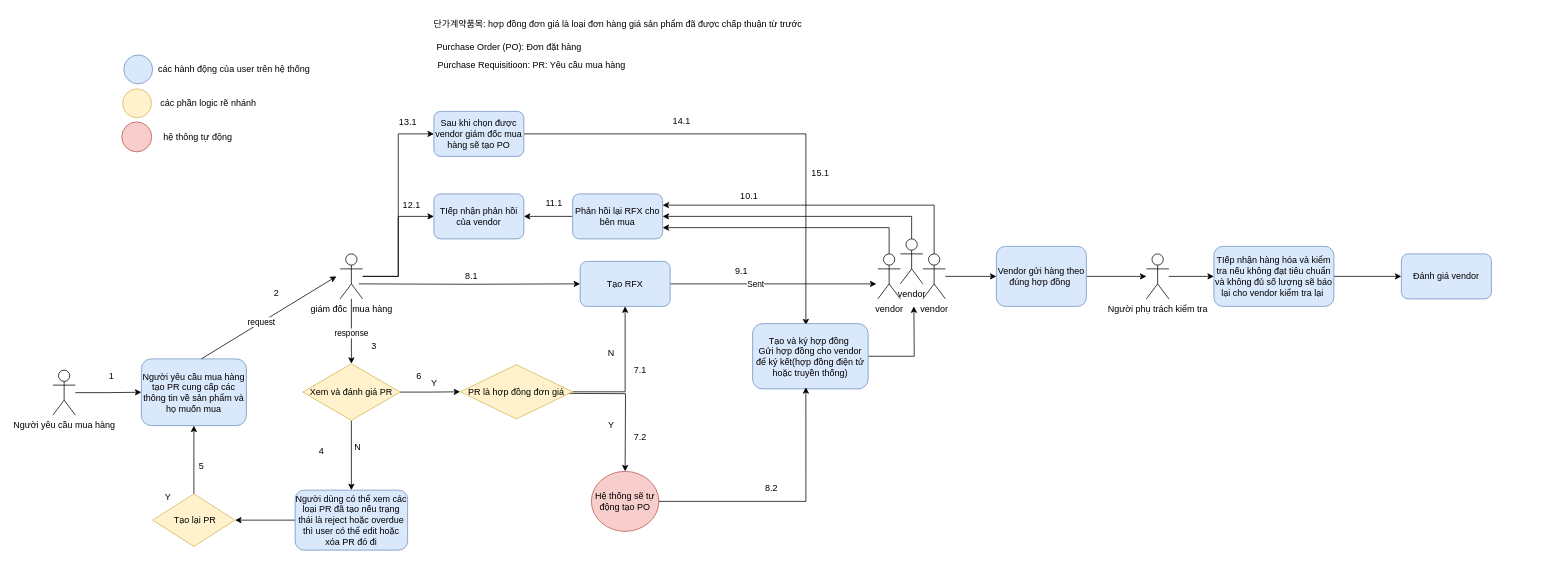
Before: Untitled Diagram.drawio in anhhe/hotel_manage, a draw.io diagram. Source tidied: cells renumbered, new cells numbered last; positions are measured from the earlier drawing's top-left corner, leaving out a move shared by most shapes. Both pictures are drawn from the tidied source at 75%, with x=0, y=0 at pixel (52, 13).
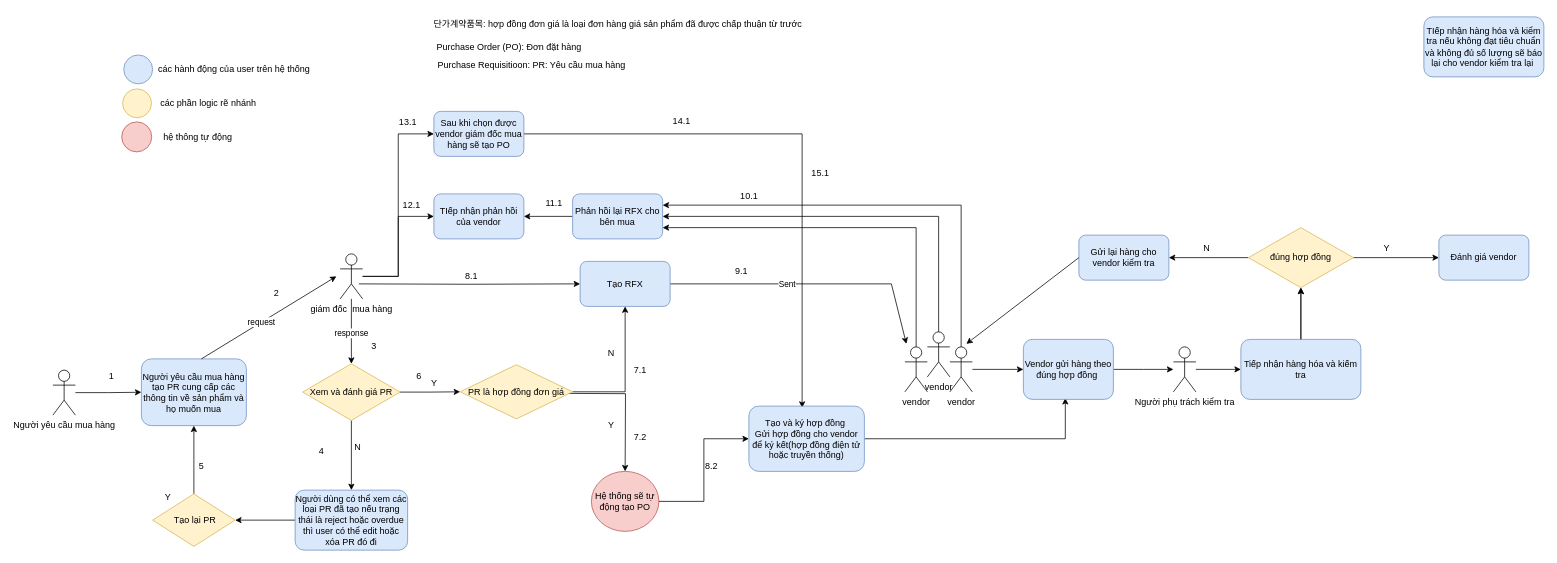
After the change.

The change refers to these unchanged cells:
```xml
<mxCell id="29" value="Hệ thống sẽ tự động tạo PO" style="ellipse;whiteSpace=wrap;html=1;fillColor=#f8cecc;strokeColor=#b85450;" parent="1" vertex="1">
  <mxGeometry x="718" y="611" width="90" height="80" as="geometry" />
</mxCell>
<mxCell id="34" value="Tạo RFX" style="rounded=1;whiteSpace=wrap;html=1;fillColor=#dae8fc;strokeColor=#6c8ebf;" parent="1" vertex="1">
  <mxGeometry x="703" y="331" width="120" height="60" as="geometry" />
</mxCell>
```

The edit, as a diff of the source:
```diff
@@
     <mxCell id="31" value="vendor" style="shape=umlActor;verticalLabelPosition=bottom;verticalAlign=top;html=1;outlineConnect=0;" parent="1" vertex="1">
-      <mxGeometry x="1100" y="321" width="30" height="60" as="geometry" />
+      <mxGeometry x="1136" y="445" width="30" height="60" as="geometry" />
     </mxCell>
     <mxCell id="32" style="endArrow=classic;html=1;rounded=0;exitX=1;exitY=0.5;exitDx=0;exitDy=0;" parent="1" edge="1" source="34">
       <mxGeometry relative="1" as="geometry">
-        <mxPoint x="1098" y="361" as="targetPoint" />
+        <mxPoint x="1138" y="441" as="targetPoint" />
+        <Array as="points">
+          <mxPoint x="1118" y="361" />
+        </Array>
       </mxGeometry>
     </mxCell>
@@
     <mxCell id="36" value="vendor" style="shape=umlActor;verticalLabelPosition=bottom;verticalAlign=top;html=1;outlineConnect=0;" parent="1" vertex="1">
-      <mxGeometry x="1130" y="301" width="30" height="60" as="geometry" />
+      <mxGeometry x="1166" y="425" width="30" height="60" as="geometry" />
     </mxCell>
@@
     <mxCell id="39" value="vendor" style="shape=umlActor;verticalLabelPosition=bottom;verticalAlign=top;html=1;outlineConnect=0;" parent="1" vertex="1">
-      <mxGeometry x="1160" y="321" width="30" height="60" as="geometry" />
+      <mxGeometry x="1196" y="445" width="30" height="60" as="geometry" />
     </mxCell>
@@
-    <mxCell id="60" style="edgeStyle=orthogonalEdgeStyle;rounded=0;jettySize=auto;html=1;" parent="1" edge="1" source="61">
-      <mxGeometry relative="1" as="geometry">
-        <mxPoint x="1148" y="391" as="targetPoint" />
-      </mxGeometry>
+    <mxCell id="60" style="edgeStyle=orthogonalEdgeStyle;rounded=0;jettySize=auto;html=1;entryX=0.466;entryY=0.978;entryDx=0;entryDy=0;entryPerimeter=0;" parent="1" edge="1" source="61" target="68">
+      <mxGeometry relative="1" as="geometry" />
     </mxCell>
     <mxCell id="61" value="Tạo và ký hợp đồng&amp;nbsp;&lt;div&gt;Gửi hợp đồng cho vendor để ký kết(hợp đồng điện tử hoặc truyền thống)&lt;/div&gt;" style="rounded=1;whiteSpace=wrap;html=1;fillColor=#dae8fc;strokeColor=#6c8ebf;" parent="1" vertex="1">
-      <mxGeometry x="933" y="414" width="154" height="87" as="geometry" />
+      <mxGeometry x="928" y="524" width="154" height="87" as="geometry" />
     </mxCell>
-    <mxCell id="62" style="edgeStyle=orthogonalEdgeStyle;rounded=0;jettySize=auto;html=1;entryX=0.461;entryY=0.975;entryDx=0;entryDy=0;entryPerimeter=0;" parent="1" edge="1" source="29" target="61">
+    <mxCell id="62" style="edgeStyle=orthogonalEdgeStyle;rounded=0;jettySize=auto;html=1;entryX=0;entryY=0.5;entryDx=0;entryDy=0;" parent="1" edge="1" source="29" target="61">
       <mxGeometry relative="1" as="geometry" />
     </mxCell>
@@
     <mxCell id="66" value="8.2" style="text;html=1;align=center;verticalAlign=middle;strokeColor=none;fillColor=none;" parent="1" vertex="1">
-      <mxGeometry x="938" y="619" width="40" height="30" as="geometry" />
+      <mxGeometry x="858" y="589" width="40" height="30" as="geometry" />
     </mxCell>
     <mxCell id="67" style="edgeStyle=orthogonalEdgeStyle;rounded=0;jettySize=auto;html=1;" parent="1" edge="1" source="68">
       <mxGeometry relative="1" as="geometry">
-        <mxPoint x="1458" y="351" as="targetPoint" />
+        <mxPoint x="1494" y="475" as="targetPoint" />
       </mxGeometry>
     </mxCell>
     <mxCell id="68" value="Vendor gửi hàng theo đúng hợp đồng&amp;nbsp;" style="rounded=1;whiteSpace=wrap;html=1;fillColor=#dae8fc;strokeColor=#6c8ebf;" parent="1" vertex="1">
-      <mxGeometry x="1258" y="311" width="120" height="80" as="geometry" />
+      <mxGeometry x="1294" y="435" width="120" height="80" as="geometry" />
     </mxCell>
@@
     <mxCell id="70" value="Người phụ trách kiểm tra" style="shape=umlActor;verticalLabelPosition=bottom;verticalAlign=top;html=1;outlineConnect=0;" parent="1" vertex="1">
-      <mxGeometry x="1458" y="321" width="30" height="60" as="geometry" />
+      <mxGeometry x="1494" y="445" width="30" height="60" as="geometry" />
     </mxCell>
-    <mxCell id="71" style="edgeStyle=orthogonalEdgeStyle;rounded=0;jettySize=auto;html=1;" parent="1" edge="1" source="72" target="73">
-      <mxGeometry relative="1" as="geometry" />
-    </mxCell>
+    <mxCell id="80" style="edgeStyle=orthogonalEdgeStyle;rounded=0;jettySize=auto;html=1;entryX=0.5;entryY=1;entryDx=0;entryDy=0;" parent="1" edge="1" source="72" target="84">
+      <mxGeometry relative="1" as="geometry" />
+    </mxCell>
-    <mxCell id="72" value="TIếp nhận hàng hóa và kiểm tra nếu không đạt tiêu chuẩn và không đủ số lượng sẽ báo lại cho vendor kiểm tra lại&amp;nbsp;" style="rounded=1;whiteSpace=wrap;html=1;fillColor=#dae8fc;strokeColor=#6c8ebf;" parent="1" vertex="1">
-      <mxGeometry x="1548" y="311" width="160" height="80" as="geometry" />
+    <mxCell id="72" value="Tiếp nhận hàng hóa và kiếm tra" style="rounded=1;whiteSpace=wrap;html=1;fillColor=#dae8fc;strokeColor=#6c8ebf;" parent="1" vertex="1">
+      <mxGeometry x="1584" y="435" width="160" height="80" as="geometry" />
     </mxCell>
     <mxCell id="73" value="Đánh giá vendor" style="whiteSpace=wrap;html=1;rounded=1;fillColor=#dae8fc;strokeColor=#6c8ebf;" parent="1" vertex="1">
-      <mxGeometry x="1798" y="321" width="120" height="60" as="geometry" />
+      <mxGeometry x="1848" y="296" width="120" height="60" as="geometry" />
     </mxCell>
@@
+    <mxCell id="81" value="TIếp nhận hàng hóa và kiểm tra nếu không đạt tiêu chuẩn và không đủ số lượng sẽ báo lại cho vendor kiểm tra lại&amp;nbsp;" style="rounded=1;whiteSpace=wrap;html=1;fillColor=#dae8fc;strokeColor=#6c8ebf;" parent="1" vertex="1">
+      <mxGeometry x="1828" y="5" width="160" height="80" as="geometry" />
+    </mxCell>
+    <mxCell id="82" style="edgeStyle=orthogonalEdgeStyle;rounded=0;jettySize=auto;html=1;entryX=0;entryY=0.5;entryDx=0;entryDy=0;" parent="1" edge="1" source="84" target="73">
+      <mxGeometry relative="1" as="geometry" />
+    </mxCell>
+    <mxCell id="83" style="edgeStyle=orthogonalEdgeStyle;rounded=0;jettySize=auto;html=1;entryX=1;entryY=0.5;entryDx=0;entryDy=0;" parent="1" edge="1" source="84" target="86">
+      <mxGeometry relative="1" as="geometry" />
+    </mxCell>
+    <mxCell id="84" value="đúng hợp đồng" style="rhombus;whiteSpace=wrap;html=1;fillColor=#fff2cc;strokeColor=#d6b656;" parent="1" vertex="1">
+      <mxGeometry x="1594" y="286" width="140" height="80" as="geometry" />
+    </mxCell>
+    <mxCell id="85" value="Y" style="text;html=1;align=center;verticalAlign=middle;strokeColor=none;fillColor=none;" parent="1" vertex="1">
+      <mxGeometry x="1763" y="299" width="30" height="30" as="geometry" />
+    </mxCell>
+    <mxCell id="86" value="Gửi lại hàng cho vendor kiểm tra" style="rounded=1;whiteSpace=wrap;html=1;fillColor=#dae8fc;strokeColor=#6c8ebf;" parent="1" vertex="1">
+      <mxGeometry x="1368" y="296" width="120" height="60" as="geometry" />
+    </mxCell>
+    <mxCell id="87" style="endArrow=classic;html=1;rounded=0;exitX=0;exitY=0.5;exitDx=0;exitDy=0;" parent="1" edge="1" source="86">
+      <mxGeometry relative="1" as="geometry">
+        <mxPoint x="1218" y="441" as="targetPoint" />
+      </mxGeometry>
+    </mxCell>
+    <mxCell id="88" value="N" style="text;html=1;align=center;verticalAlign=middle;strokeColor=none;fillColor=none;" parent="1" vertex="1">
+      <mxGeometry x="1523" y="299" width="30" height="30" as="geometry" />
+    </mxCell>
+    <mxCell id="89" style="edgeStyle=orthogonalEdgeStyle;rounded=0;jettySize=auto;html=1;entryX=0.5;entryY=1;entryDx=0;entryDy=0;" parent="1" edge="1" source="72" target="84">
+      <mxGeometry relative="1" as="geometry" />
+    </mxCell>
```
